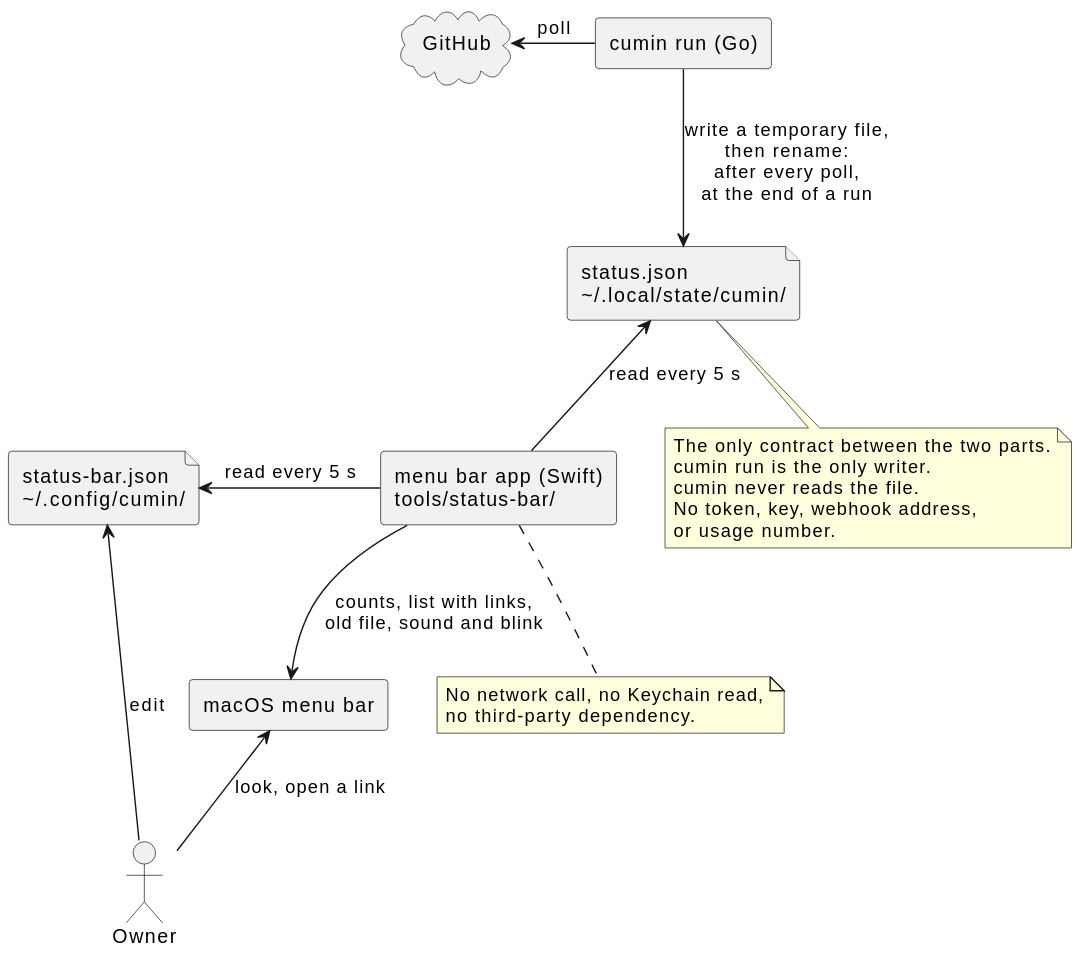
cloveclovedev/cumin-works keeps this PlantUML diagram as docs/ja/designs/status-menu-bar.svg. Above is the earlier version. Source of this version:
```plantuml
@startuml
skinparam shadowing false
skinparam defaultFontName sans-serif

actor Owner
cloud "GitHub" as github

rectangle "cumin run (Go)" as run
file "status.json\n&#126;/.local/state/cumin/" as status
file "status-bar.json\n&#126;/.config/cumin/" as config
rectangle "menu bar app (Swift)\ntools/status-bar/" as app
rectangle "macOS menu bar" as bar

run -left-> github : poll
run --> status : write a temporary file,\nthen rename:\nafter every poll,\nat the end of a run
app -up-> status : read every 5 s
app -left-> config : read every 5 s
app --> bar : counts, list with links,\nold file, sound and blink
Owner -up-> bar : look, open a link
Owner -up-> config : edit

note bottom of status
  The only contract between the two parts.
  cumin run is the only writer.
  cumin never reads the file.
  No token, key, webhook address,
  or usage number.
end note

note bottom of app
  No network call, no Keychain read,
  no third-party dependency.
end note
@enduml
```
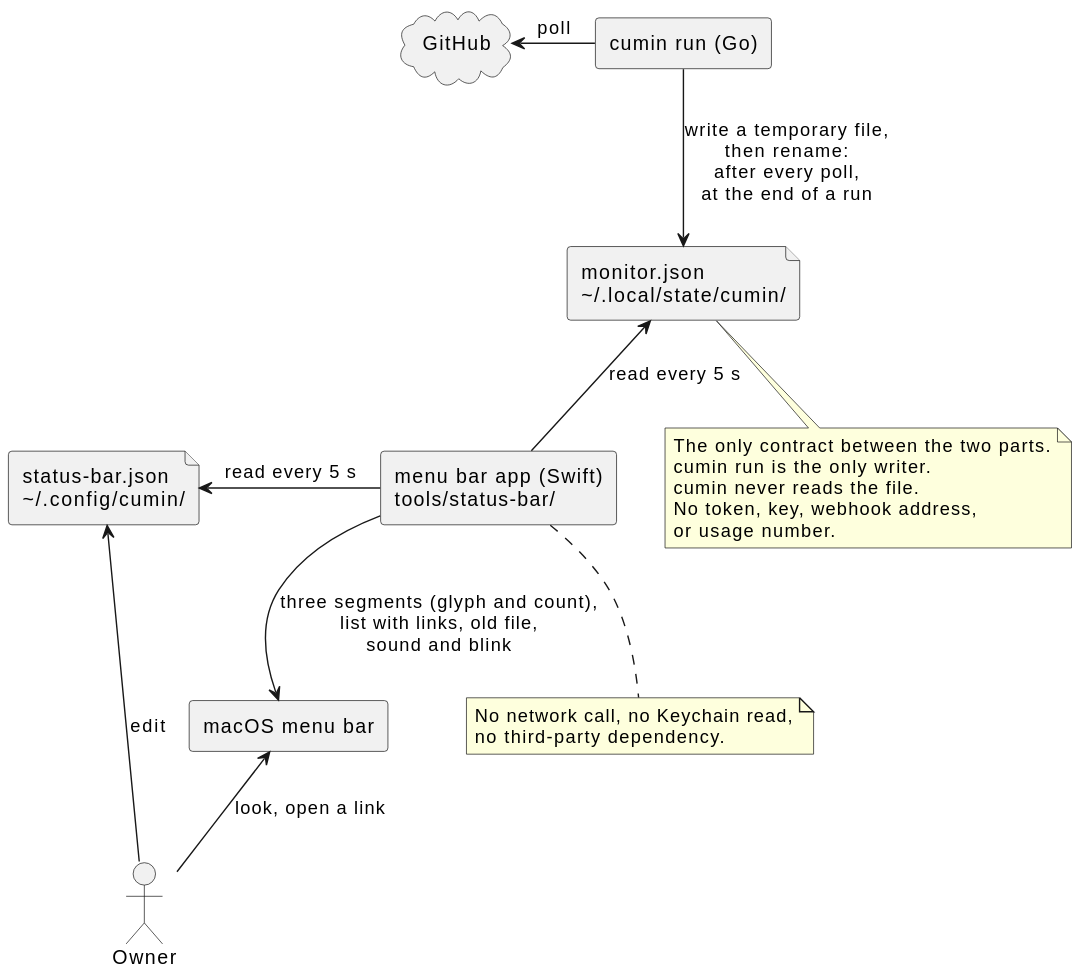
The same diagram one commit later.

Commit message:
docs(designs): name the file monitor.json and fix the three segments of the menu bar

What changed in the source:
```diff
@@ -6,7 +6,7 @@
 cloud "GitHub" as github
 
 rectangle "cumin run (Go)" as run
-file "status.json\n&#126;/.local/state/cumin/" as status
+file "monitor.json\n&#126;/.local/state/cumin/" as status
 file "status-bar.json\n&#126;/.config/cumin/" as config
 rectangle "menu bar app (Swift)\ntools/status-bar/" as app
 rectangle "macOS menu bar" as bar
@@ -15,7 +15,7 @@
 run --> status : write a temporary file,\nthen rename:\nafter every poll,\nat the end of a run
 app -up-> status : read every 5 s
 app -left-> config : read every 5 s
-app --> bar : counts, list with links,\nold file, sound and blink
+app --> bar : three segments (glyph and count),\nlist with links, old file,\nsound and blink
 Owner -up-> bar : look, open a link
 Owner -up-> config : edit
 
```
